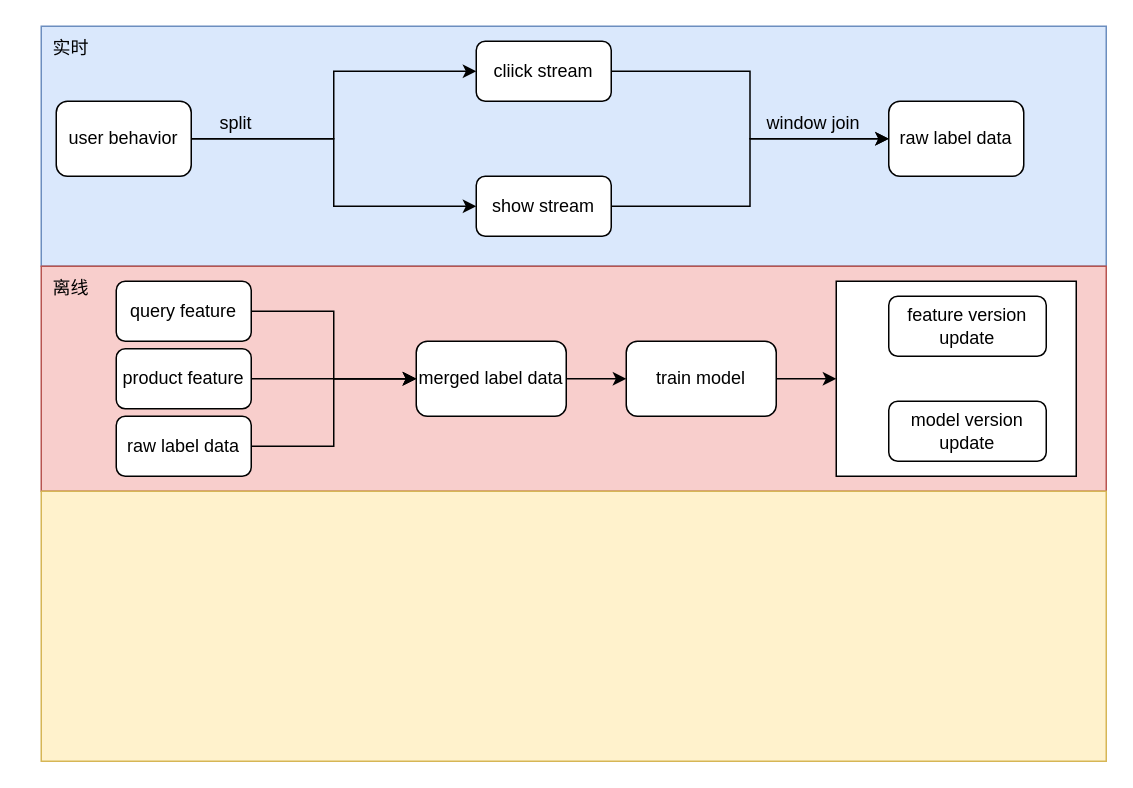
This is engineering/recommend/模型近实时训练更新方案.drawio from Wanke15/wanke15.github.io, a draw.io file, before an edit. Source tidied: cells renumbered, new cells numbered last; positions are measured from the earlier drawing's top-left corner, leaving out a move shared by most shapes. Both pictures are drawn from the tidied source at 150%, with x=0, y=0 at pixel (26, 26).
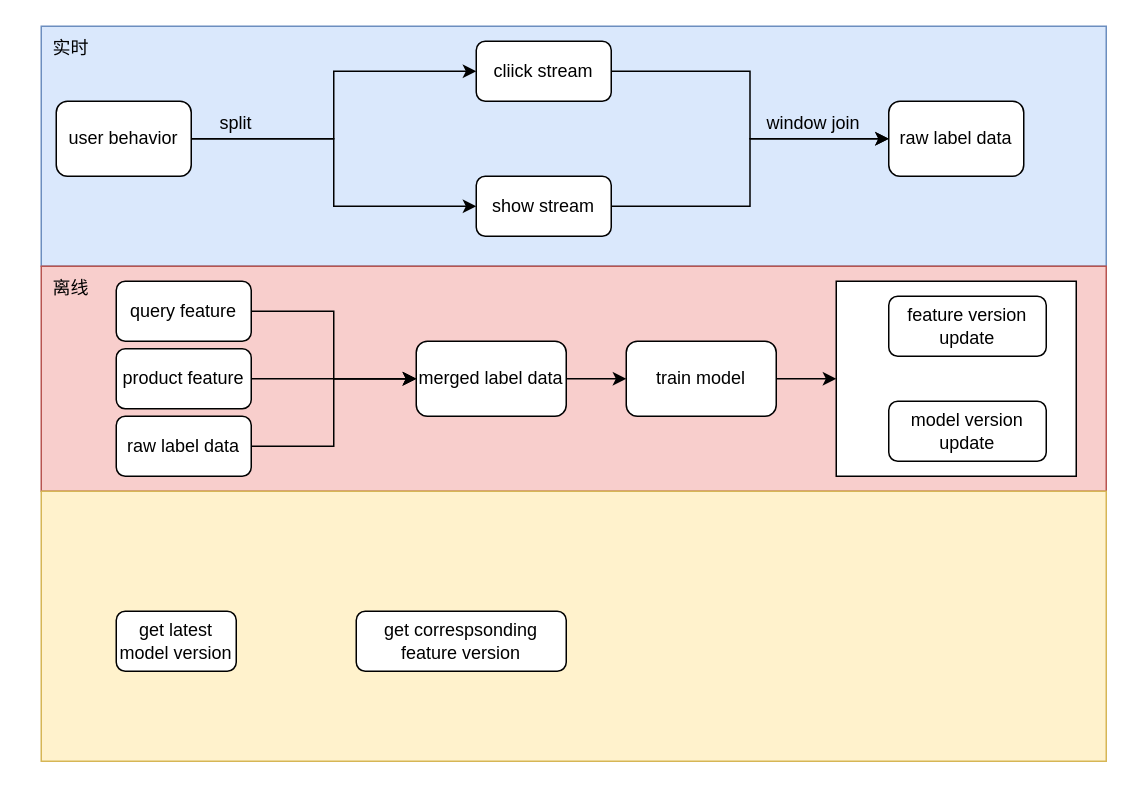
Above is the later version.

Commit message (it also covers changes not shown here):
更新模型近实时训练更新方案.drawio

What changed in the source:
```diff
@@
+    <mxCell id="30" value="get latest model version" style="rounded=1;whiteSpace=wrap;html=1;" parent="1" vertex="1">
+      <mxGeometry x="60" y="390" width="80" height="40" as="geometry" />
+    </mxCell>
+    <mxCell id="31" value="get correspsonding feature version" style="rounded=1;whiteSpace=wrap;html=1;" parent="1" vertex="1">
+      <mxGeometry x="220" y="390" width="140" height="40" as="geometry" />
+    </mxCell>
```
